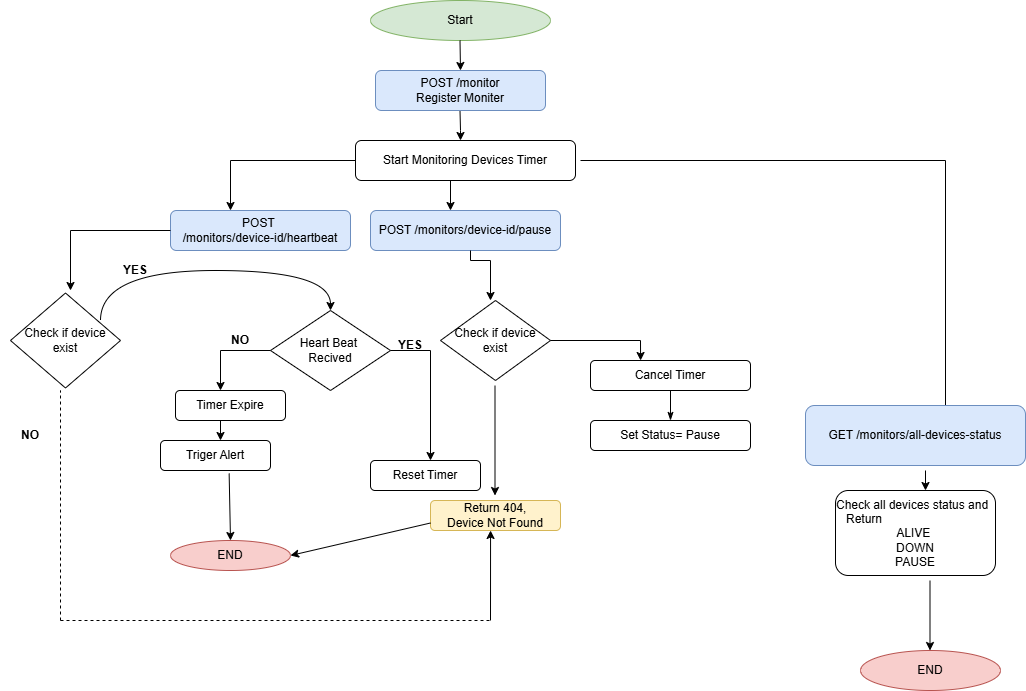
Earlier version of the draw.io export ArchitectureDiagram.png (issahsalim/Pulse-Check-API). Source tidied: cells renumbered, new cells last; positions are measured from the earlier drawing's top-left corner, leaving out a move shared by most shapes.
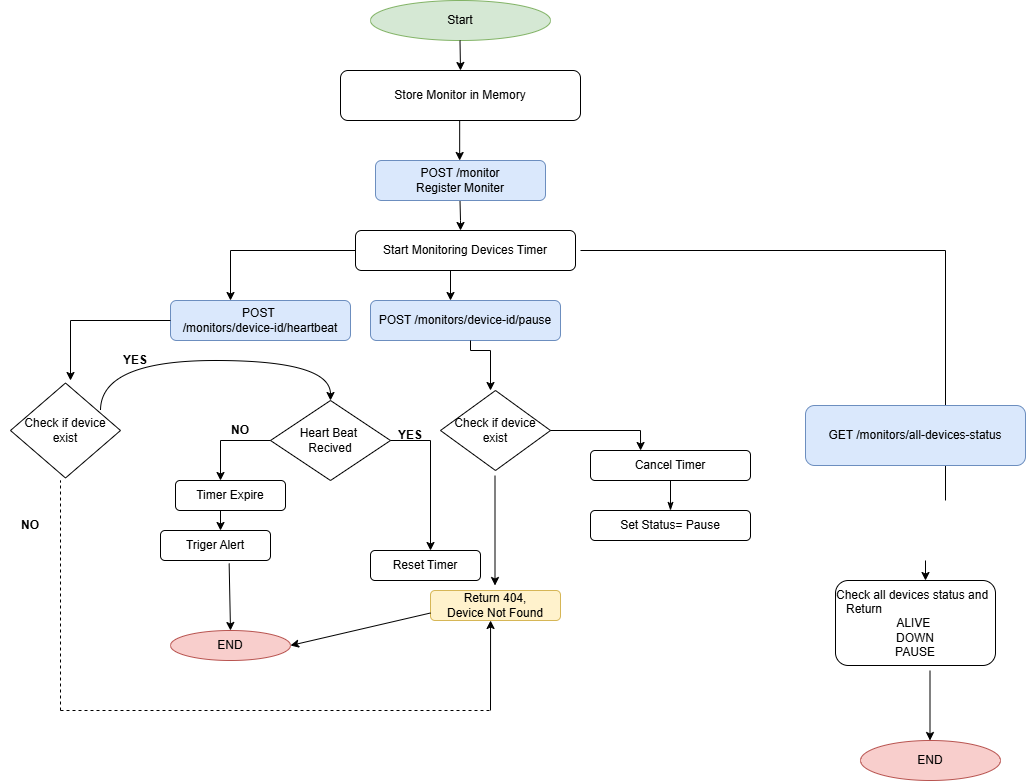
After the commit.

Commit message:
change architecture diagram

The edit, as a diff of the source:
```diff
@@ -3,12 +3,12 @@
     <mxCell id="0" />
     <mxCell id="1" parent="0" />
     <mxCell id="2" value="Start" style="ellipse;whiteSpace=wrap;html=1;fillColor=#d5e8d4;strokeColor=#82b366;" parent="1" vertex="1">
-      <mxGeometry x="370" width="180" height="40" as="geometry" />
+      <mxGeometry x="370" y="-90" width="180" height="40" as="geometry" />
     </mxCell>
     <mxCell id="3" style="endArrow=classic;html=1;rounded=0;" parent="1" edge="1">
       <mxGeometry relative="1" as="geometry">
-        <mxPoint x="459.5" y="40" as="sourcePoint" />
-        <mxPoint x="460" y="70" as="targetPoint" />
+        <mxPoint x="459.5" y="-50" as="sourcePoint" />
+        <mxPoint x="460" y="-20" as="targetPoint" />
       </mxGeometry>
     </mxCell>
     <mxCell id="4" style="endArrow=classic;html=1;rounded=0;" parent="1" edge="1">
@@ -36,7 +36,7 @@
       </mxGeometry>
     </mxCell>
     <mxCell id="8" value="GET /monitors/all-devices-status" style="rounded=1;whiteSpace=wrap;html=1;fillColor=#dae8fc;strokeColor=#6c8ebf;" parent="1" vertex="1">
-      <mxGeometry x="805" y="405" width="220" height="60" as="geometry" />
+      <mxGeometry x="805" y="315" width="220" height="60" as="geometry" />
     </mxCell>
     <mxCell id="9" style="endArrow=classic;html=1;rounded=0;" parent="1" edge="1">
       <mxGeometry relative="1" as="geometry">
@@ -229,5 +229,14 @@
     <mxCell id="51" style="edgeStyle=orthogonalEdgeStyle;rounded=0;orthogonalLoop=1;jettySize=auto;html=1;exitX=0.5;exitY=1;exitDx=0;exitDy=0;" parent="1" edge="1" source="50" target="50">
       <mxGeometry relative="1" as="geometry" />
     </mxCell>
+    <mxCell id="52" value="Store Monitor in Memory" style="rounded=1;whiteSpace=wrap;html=1;" parent="1" vertex="1">
+      <mxGeometry x="340" y="-20" width="240" height="50" as="geometry" />
+    </mxCell>
+    <mxCell id="53" style="endArrow=classic;html=1;rounded=0;" parent="1" edge="1">
+      <mxGeometry relative="1" as="geometry">
+        <mxPoint x="459.2" y="30" as="sourcePoint" />
+        <mxPoint x="459.2" y="70" as="targetPoint" />
+      </mxGeometry>
+    </mxCell>
   </root>
 </mxGraphModel>
```
